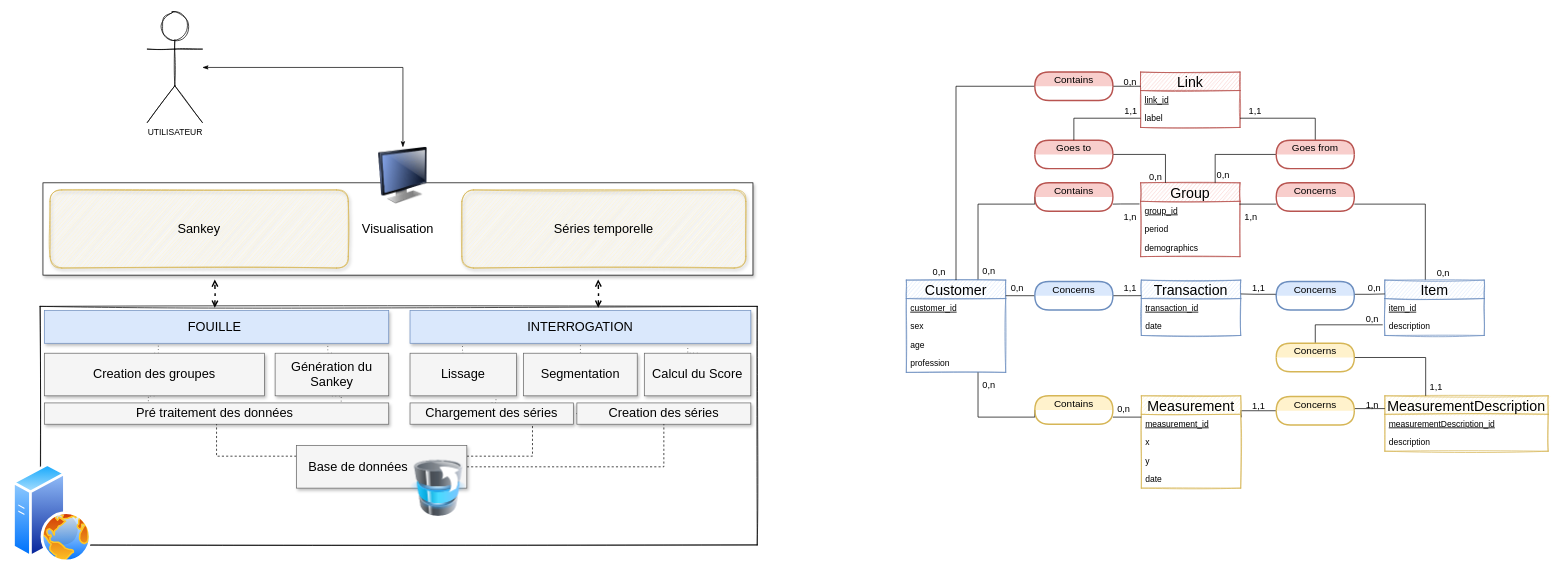
ChibahAbdelwahab/QeNoBi keeps this draw.io diagram as documentation/diagrams/FWK_diagram.drawio. Above is the earlier version. Source tidied: cells renumbered, new cells numbered last; positions are measured from the earlier drawing's top-left corner, leaving out a move shared by most shapes. Both pictures are drawn from the tidied source at 71%, with x=0, y=0 at pixel (12, 12).
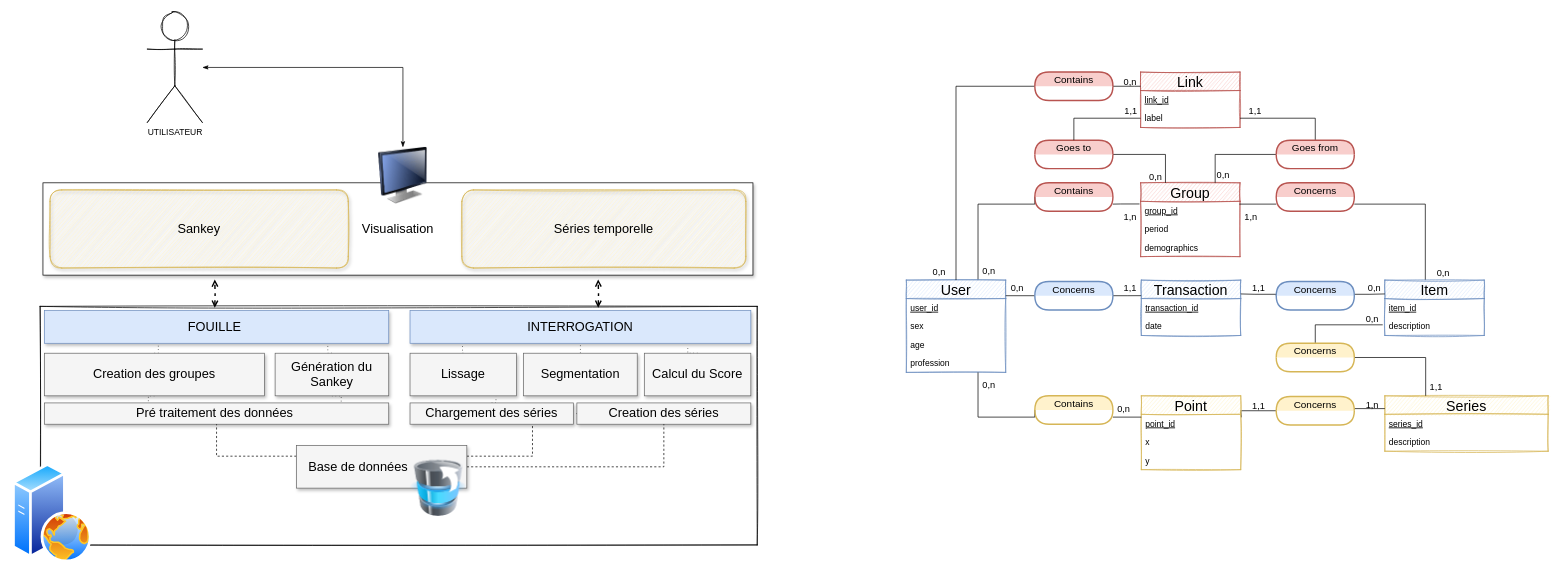
After the change.

Unchanged cells that the change refers to:
```xml
<mxCell id="53" style="group;" parent="1" vertex="1">
  <mxGeometry x="1259" y="377" width="140" height="130" as="geometry" />
</mxCell>
<mxCell id="63" style="group;" parent="1" vertex="1">
  <mxGeometry x="1590" y="540" width="140" height="156" as="geometry" />
</mxCell>
<mxCell id="70" style="group;" parent="69" vertex="1">
  <mxGeometry width="230" height="78" as="geometry" />
</mxCell>
```

The edit, as a diff of the source:
```diff
@@
-    <mxCell id="54" value="Customer" style="swimlane;fontStyle=0;horizontal=1;startSize=26;fillColor=#dae8fc;rounded=0;shadow=0;glass=0;sketch=1;strokeWidth=1;fontSize=20;strokeColor=#6c8ebf;" parent="53" vertex="1">
+    <mxCell id="54" value="User" style="swimlane;fontStyle=0;horizontal=1;startSize=26;fillColor=#dae8fc;rounded=0;shadow=0;glass=0;sketch=1;strokeWidth=1;fontSize=20;strokeColor=#6c8ebf;" parent="53" vertex="1">
       <mxGeometry width="140" height="130" as="geometry" />
     </mxCell>
-    <mxCell id="55" value="customer_id" style="text;strokeColor=none;fillColor=none;align=left;verticalAlign=top;spacingLeft=4;spacingRight=4;overflow=hidden;fontStyle=4;" parent="54" vertex="1">
+    <mxCell id="55" value="user_id" style="text;strokeColor=none;fillColor=none;align=left;verticalAlign=top;spacingLeft=4;spacingRight=4;overflow=hidden;fontStyle=4;" parent="54" vertex="1">
       <mxGeometry y="26" width="140" height="26" as="geometry" />
     </mxCell>
@@
-    <mxCell id="64" value="Measurement" style="swimlane;fontStyle=0;horizontal=1;startSize=26;fillColor=#fff2cc;rounded=0;shadow=0;glass=0;sketch=1;strokeWidth=1;fontSize=20;strokeColor=#d6b656;" parent="63" vertex="1">
-      <mxGeometry width="140" height="130" as="geometry" />
+    <mxCell id="64" value="Point" style="swimlane;fontStyle=0;horizontal=1;startSize=26;fillColor=#fff2cc;rounded=0;shadow=0;glass=0;sketch=1;strokeWidth=1;fontSize=20;strokeColor=#d6b656;" parent="63" vertex="1">
+      <mxGeometry width="140" height="104" as="geometry" />
     </mxCell>
-    <mxCell id="65" value="measurement_id" style="text;strokeColor=none;fillColor=none;align=left;verticalAlign=top;spacingLeft=4;spacingRight=4;overflow=hidden;points=[[0,0.5],[1,0.5]];portConstraint=eastwest;fontStyle=4;" parent="64" vertex="1">
+    <mxCell id="65" value="point_id" style="text;strokeColor=none;fillColor=none;align=left;verticalAlign=top;spacingLeft=4;spacingRight=4;overflow=hidden;points=[[0,0.5],[1,0.5]];portConstraint=eastwest;fontStyle=4;" parent="64" vertex="1">
       <mxGeometry y="26" width="140" height="26" as="geometry" />
     </mxCell>
@@
-    <mxCell id="68" value="date" style="text;strokeColor=none;fillColor=none;align=left;verticalAlign=top;spacingLeft=4;spacingRight=4;overflow=hidden;" parent="64" vertex="1">
-      <mxGeometry y="104" width="140" height="26" as="geometry" />
-    </mxCell>
@@
-    <mxCell id="71" value="MeasurementDescription" style="swimlane;fontStyle=0;horizontal=1;startSize=26;fillColor=#fff2cc;rounded=0;shadow=0;glass=0;sketch=1;strokeWidth=1;fontSize=20;strokeColor=#d6b656;" parent="70" vertex="1">
+    <mxCell id="71" value="Series" style="swimlane;fontStyle=0;horizontal=1;startSize=26;fillColor=#fff2cc;rounded=0;shadow=0;glass=0;sketch=1;strokeWidth=1;fontSize=20;strokeColor=#d6b656;" parent="70" vertex="1">
       <mxGeometry width="230" height="78" as="geometry" />
     </mxCell>
-    <mxCell id="72" value="measurementDescription_id" style="text;strokeColor=none;fillColor=none;align=left;verticalAlign=top;spacingLeft=4;spacingRight=4;overflow=hidden;fontStyle=4;" parent="71" vertex="1">
+    <mxCell id="72" value="series_id" style="text;strokeColor=none;fillColor=none;align=left;verticalAlign=top;spacingLeft=4;spacingRight=4;overflow=hidden;fontStyle=4;" parent="71" vertex="1">
       <mxGeometry y="26" width="230" height="26" as="geometry" />
     </mxCell>
```
